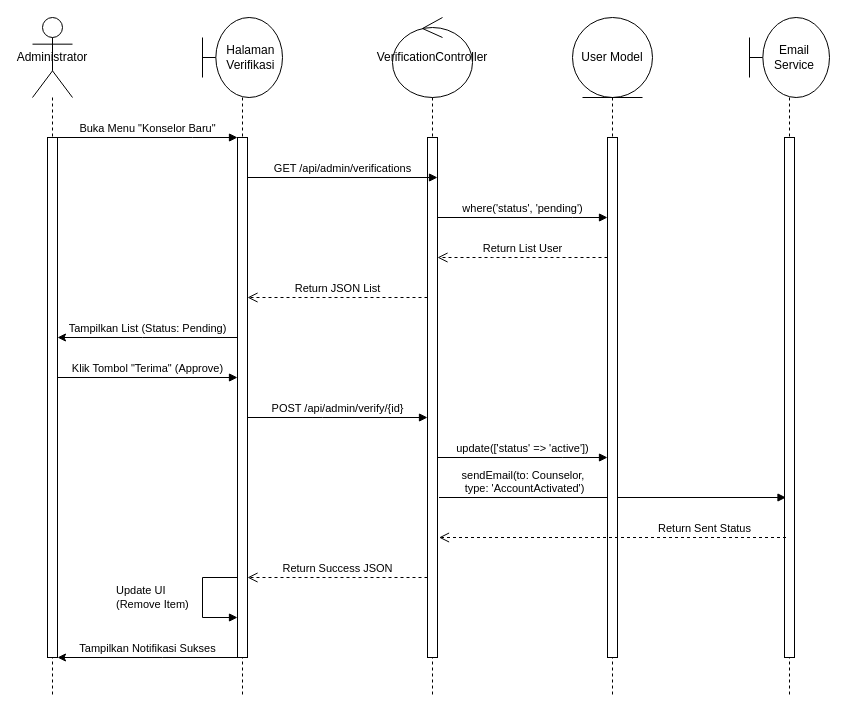
This is Verifikasi Konselor.drawio from UlulAzmiALatala/moodly-app, a draw.io file, before an edit. Source tidied: cells renumbered, new cells numbered last; positions are measured from the earlier drawing's top-left corner, leaving out a move shared by most shapes. Both pictures are drawn from the tidied source at 100%, with x=0, y=0 at pixel (32, 17).
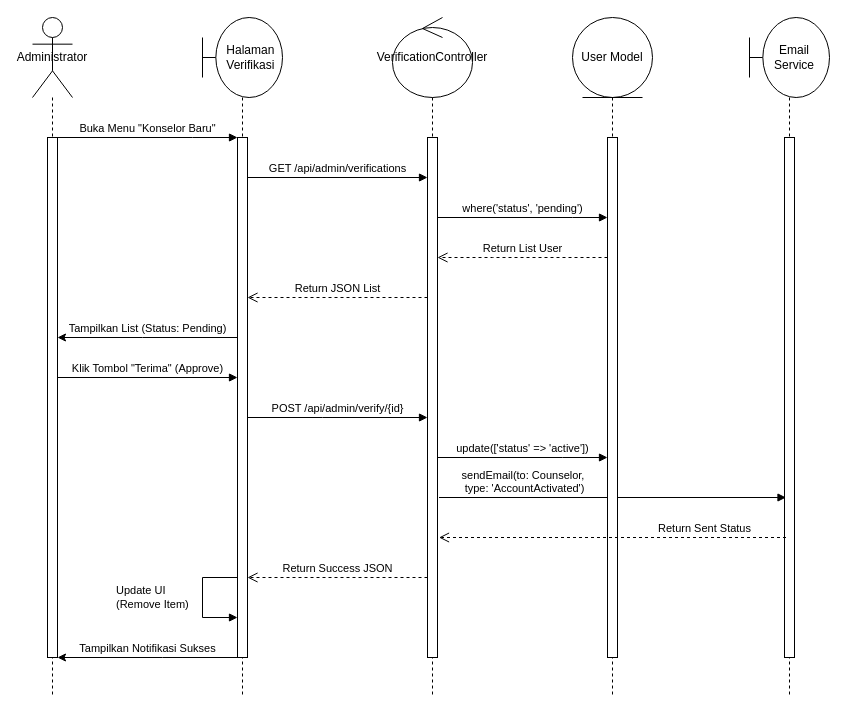
After the change.

The change refers to these unchanged cells:
```xml
<mxCell id="9" style="html=1;points=[[0,0,0,0,5],[0,1,0,0,-5],[1,0,0,0,5],[1,1,0,0,-5]];perimeter=orthogonalPerimeter;outlineConnect=0;targetShapes=umlLifeline;portConstraint=eastwest;newEdgeStyle={&quot;curved&quot;:0,&quot;rounded&quot;:0};" parent="8" vertex="1">
  <mxGeometry x="35" y="120" width="10" height="520" as="geometry" />
</mxCell>
```

The edit, as a diff of the source:
```diff
@@
-    <mxCell id="15" value="GET /api/admin/verifications" style="html=1;verticalAlign=bottom;endArrow=block;curved=0;rounded=0;" parent="1" edge="1">
+    <mxCell id="15" value="GET /api/admin/verifications" style="html=1;verticalAlign=bottom;endArrow=block;curved=0;rounded=0;" parent="1" edge="1" target="9">
       <mxGeometry relative="1" as="geometry">
         <mxPoint x="215" y="160" as="sourcePoint" />
-        <mxPoint x="405" y="160" as="targetPoint" />
       </mxGeometry>
     </mxCell>
```
